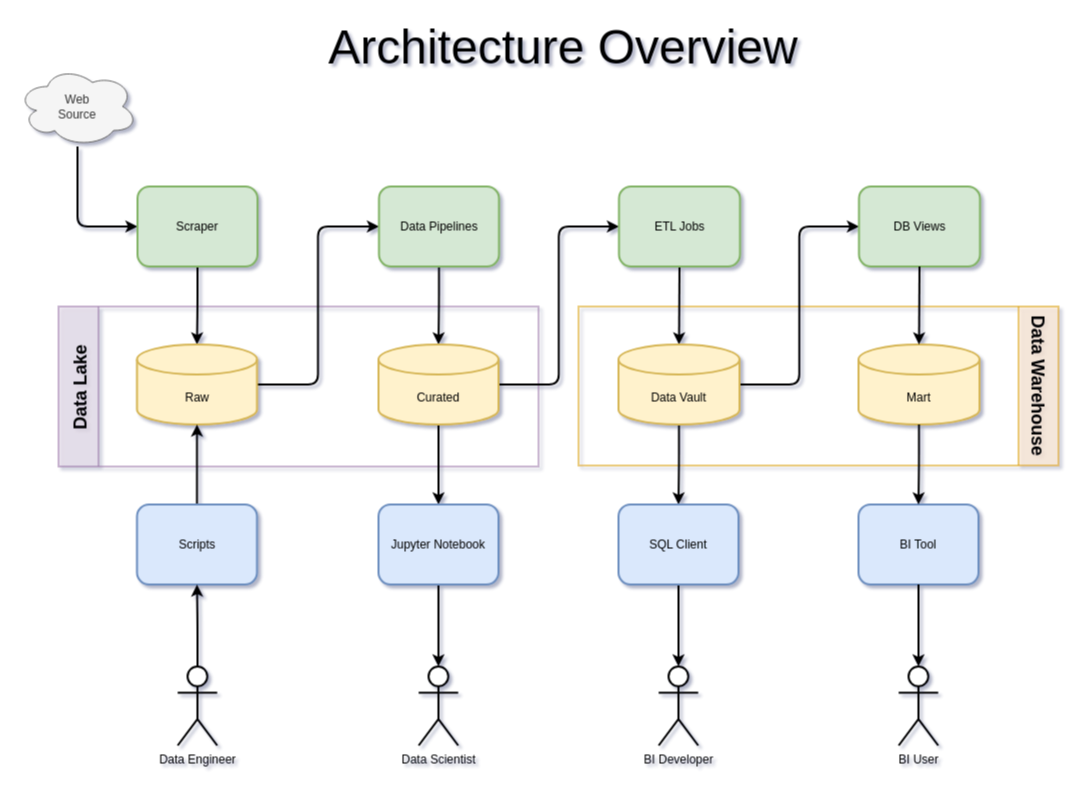
This is doc/architecture-overview.drawio from petracarrion/job-market-analytics, a draw.io file, before an edit. Source tidied: cells renumbered, new cells numbered last; positions are measured from the earlier drawing's top-left corner, leaving out a move shared by most shapes. Both pictures are drawn from the tidied source at 100%, with x=0, y=0 at pixel (17, 26).
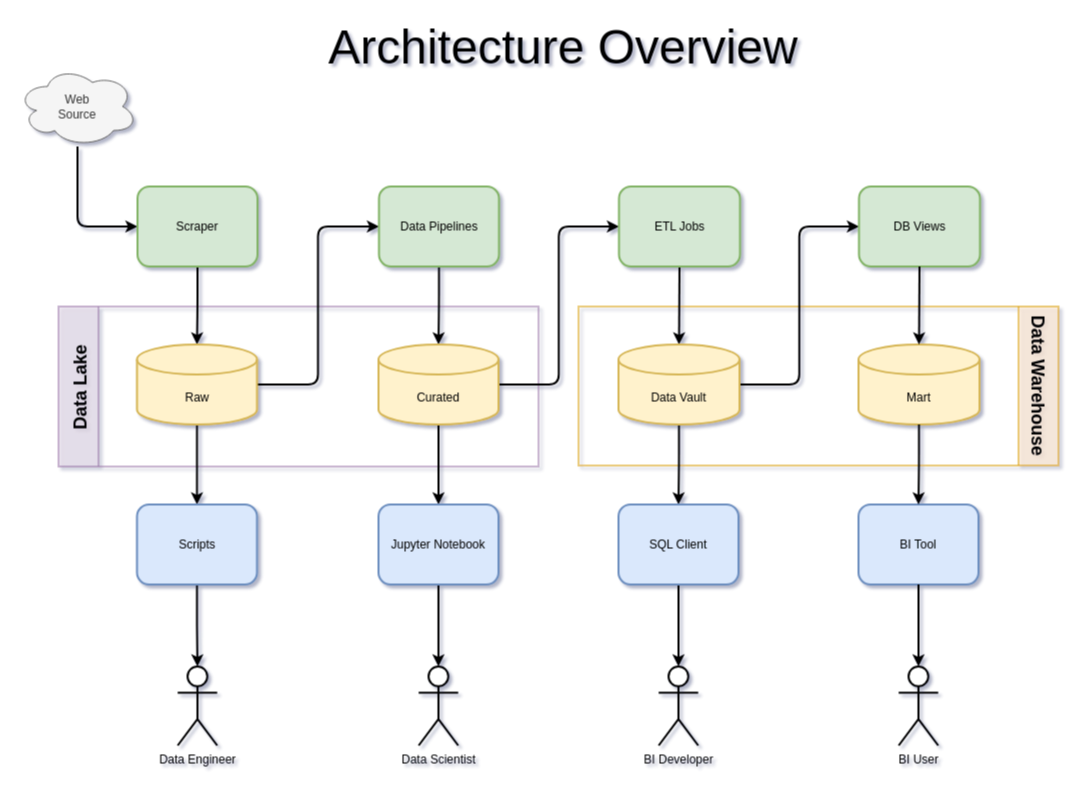
The same page after the edit.

The change refers to these unchanged cells:
```xml
<mxCell id="9" value="Raw" style="shape=cylinder3;whiteSpace=wrap;html=1;boundedLbl=1;backgroundOutline=1;size=15;fillColor=#fff2cc;strokeColor=#d6b656;strokeWidth=2;perimeterSpacing=0;" parent="1" vertex="1">
  <mxGeometry x="119.5" y="318" width="120" height="80" as="geometry" />
</mxCell>
<mxCell id="28" value="Scripts" style="rounded=1;whiteSpace=wrap;html=1;fillColor=#dae8fc;strokeColor=#6c8ebf;strokeWidth=2;" parent="1" vertex="1">
  <mxGeometry x="119.5" y="478" width="120" height="80" as="geometry" />
</mxCell>
<mxCell id="30" value="Data Engineer" style="shape=umlActor;verticalLabelPosition=bottom;verticalAlign=top;html=1;outlineConnect=0;strokeWidth=2;" parent="1" vertex="1">
  <mxGeometry x="160.2" y="640" width="39.5" height="79" as="geometry" />
</mxCell>
```

What changed in the source:
```diff
@@
+    <mxCell id="38" style="edgeStyle=orthogonalEdgeStyle;rounded=0;jettySize=auto;html=1;entryX=0.5;entryY=0;entryDx=0;entryDy=0;strokeWidth=2;" parent="1" edge="1" source="9" target="28">
+      <mxGeometry relative="1" as="geometry" />
+    </mxCell>
@@
-    <mxCell id="27" style="edgeStyle=orthogonalEdgeStyle;rounded=1;jettySize=auto;html=1;entryX=0.5;entryY=1;entryDx=0;entryDy=0;entryPerimeter=0;fontSize=48;strokeWidth=2;" parent="1" edge="1" source="28" target="9">
-      <mxGeometry relative="1" as="geometry" />
-    </mxCell>
+    <mxCell id="39" style="edgeStyle=orthogonalEdgeStyle;rounded=0;jettySize=auto;html=1;entryX=0.5;entryY=0;entryDx=0;entryDy=0;entryPerimeter=0;strokeWidth=2;sourcePerimeterSpacing=0;" parent="1" edge="1" source="28" target="30">
+      <mxGeometry relative="1" as="geometry" />
+    </mxCell>
@@
-    <mxCell id="29" style="edgeStyle=orthogonalEdgeStyle;rounded=1;jettySize=auto;html=1;fontSize=48;strokeWidth=2;" parent="1" edge="1" source="30" target="28">
-      <mxGeometry relative="1" as="geometry" />
-    </mxCell>
```
